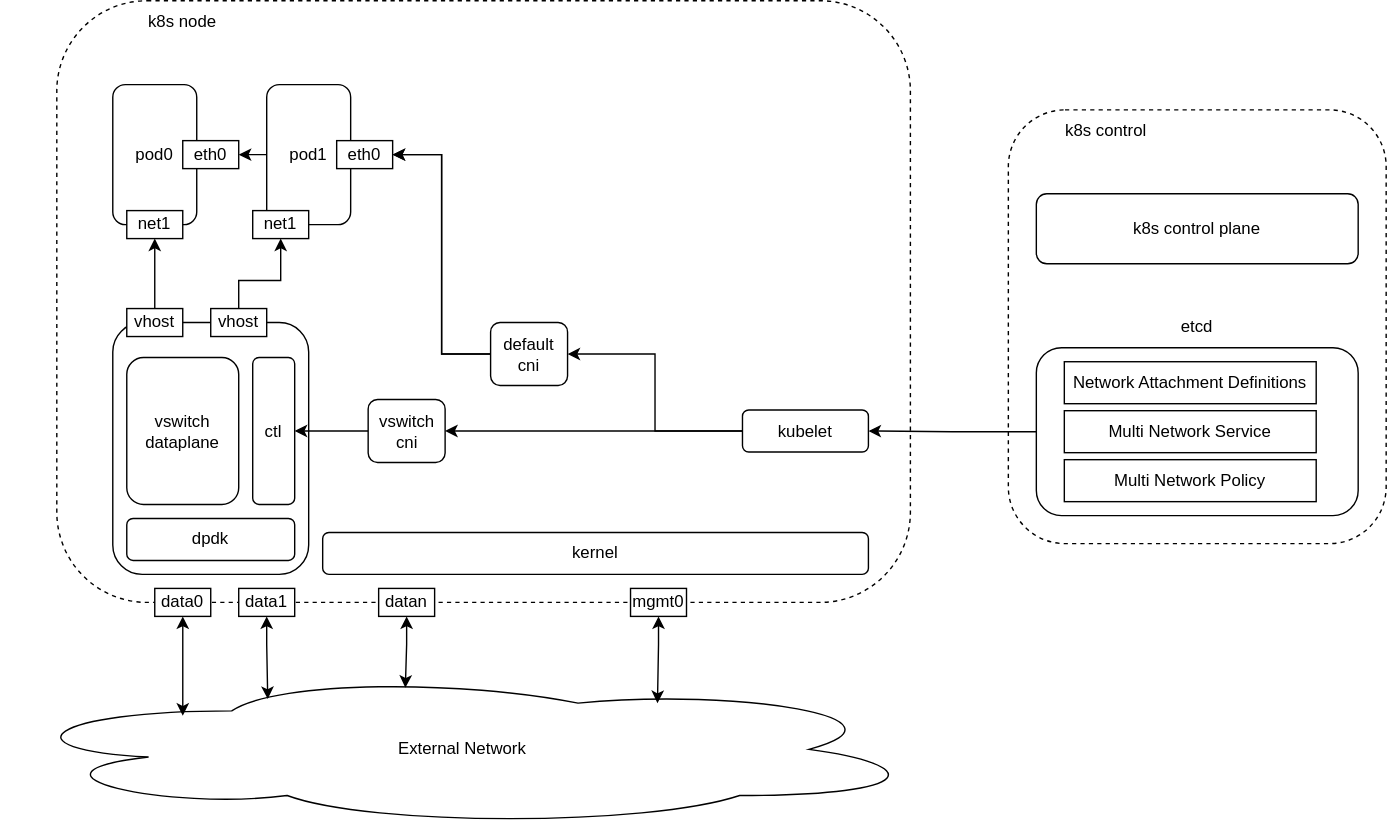
Earlier version of the draw.io export docs/images/vswitch-controller.drawio.svg (sriramy/vswitch). Source tidied: cells renumbered, new cells last; positions are measured from the earlier drawing's top-left corner, leaving out a move shared by most shapes.
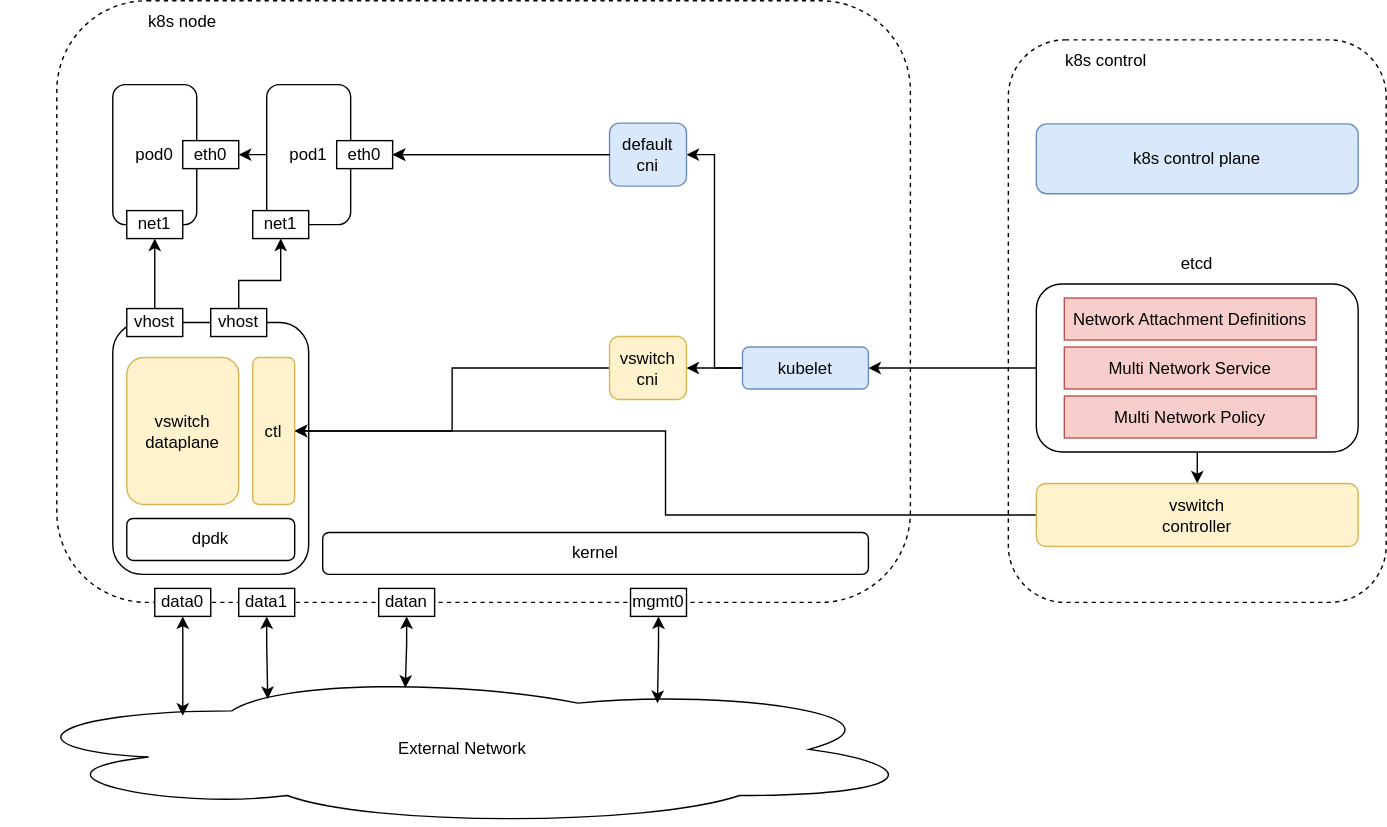
The same diagram one commit later.

Change to the diagram source:
```diff
@@ -6,7 +6,7 @@
       <mxGeometry x="40" width="610" height="430" as="geometry" />
     </mxCell>
     <mxCell id="3" style="rounded=1;whiteSpace=wrap;html=1;dashed=1;" parent="1" vertex="1">
-      <mxGeometry x="720" y="78" width="270" height="310" as="geometry" />
+      <mxGeometry x="720" y="28" width="270" height="402" as="geometry" />
     </mxCell>
     <mxCell id="4" value="External Network" style="ellipse;shape=cloud;whiteSpace=wrap;html=1;" parent="1" vertex="1">
       <mxGeometry y="480" width="660" height="110" as="geometry" />
@@ -32,14 +32,14 @@
     <mxCell id="11" value="dpdk" style="rounded=1;whiteSpace=wrap;html=1;" parent="1" vertex="1">
       <mxGeometry x="90" y="370" width="120" height="30" as="geometry" />
     </mxCell>
-    <mxCell id="12" value="vswitch&lt;br&gt;dataplane" style="rounded=1;whiteSpace=wrap;html=1;" parent="1" vertex="1">
+    <mxCell id="12" value="vswitch&lt;br&gt;dataplane" style="rounded=1;whiteSpace=wrap;html=1;fillColor=#fff2cc;strokeColor=#d6b656;" parent="1" vertex="1">
       <mxGeometry x="90" y="255" width="80" height="105" as="geometry" />
     </mxCell>
     <mxCell id="13" style="edgeStyle=orthogonalEdgeStyle;rounded=0;jettySize=auto;html=1;" parent="1" edge="1" source="14" target="23">
       <mxGeometry relative="1" as="geometry" />
     </mxCell>
-    <mxCell id="14" value="vswitch&lt;br&gt;cni" style="rounded=1;whiteSpace=wrap;html=1;" parent="1" vertex="1">
-      <mxGeometry x="262.5" y="285" width="55" height="45" as="geometry" />
+    <mxCell id="14" value="vswitch&lt;br&gt;cni" style="rounded=1;whiteSpace=wrap;html=1;fillColor=#fff2cc;strokeColor=#d6b656;" parent="1" vertex="1">
+      <mxGeometry x="435" y="240" width="55" height="45" as="geometry" />
     </mxCell>
     <mxCell id="15" style="edgeStyle=orthogonalEdgeStyle;rounded=0;jettySize=auto;html=1;" parent="1" edge="1" source="17" target="14">
       <mxGeometry relative="1" as="geometry" />
@@ -47,25 +47,28 @@
     <mxCell id="16" style="edgeStyle=orthogonalEdgeStyle;rounded=0;jettySize=auto;html=1;entryX=1;entryY=0.5;entryDx=0;entryDy=0;" parent="1" edge="1" source="17" target="31">
       <mxGeometry relative="1" as="geometry" />
     </mxCell>
-    <mxCell id="17" value="kubelet" style="rounded=1;whiteSpace=wrap;html=1;" parent="1" vertex="1">
-      <mxGeometry x="530" y="292.5" width="90" height="30" as="geometry" />
+    <mxCell id="17" value="kubelet" style="rounded=1;whiteSpace=wrap;html=1;fillColor=#dae8fc;strokeColor=#6c8ebf;" parent="1" vertex="1">
+      <mxGeometry x="530" y="247.5" width="90" height="30" as="geometry" />
     </mxCell>
     <mxCell id="18" value="k8s node" style="text;html=1;strokeColor=none;fillColor=none;align=center;verticalAlign=middle;whiteSpace=wrap;rounded=0;" parent="1" vertex="1">
       <mxGeometry x="100" width="60" height="30" as="geometry" />
     </mxCell>
     <mxCell id="19" value="k8s control" style="text;html=1;strokeColor=none;fillColor=none;align=center;verticalAlign=middle;whiteSpace=wrap;rounded=0;" parent="1" vertex="1">
-      <mxGeometry x="755" y="78" width="70" height="30" as="geometry" />
+      <mxGeometry x="755" y="28" width="70" height="30" as="geometry" />
     </mxCell>
-    <mxCell id="20" value="k8s control plane" style="rounded=1;whiteSpace=wrap;html=1;" parent="1" vertex="1">
-      <mxGeometry x="740" y="138" width="230" height="50" as="geometry" />
+    <mxCell id="20" value="k8s control plane" style="rounded=1;whiteSpace=wrap;html=1;fillColor=#dae8fc;strokeColor=#6c8ebf;" parent="1" vertex="1">
+      <mxGeometry x="740" y="88" width="230" height="50" as="geometry" />
     </mxCell>
+    <mxCell id="46" style="edgeStyle=orthogonalEdgeStyle;rounded=0;jettySize=auto;html=1;entryX=0.5;entryY=0;entryDx=0;entryDy=0;" parent="1" edge="1" source="21" target="48">
+      <mxGeometry relative="1" as="geometry" />
+    </mxCell>
     <mxCell id="21" style="rounded=1;whiteSpace=wrap;html=1;" parent="1" vertex="1">
-      <mxGeometry x="740" y="248" width="230" height="120" as="geometry" />
+      <mxGeometry x="740" y="202.5" width="230" height="120" as="geometry" />
     </mxCell>
     <mxCell id="22" value="pod0" style="rounded=1;whiteSpace=wrap;html=1;" parent="1" vertex="1">
       <mxGeometry x="80" y="60" width="60" height="100" as="geometry" />
     </mxCell>
-    <mxCell id="23" value="ctl" style="rounded=1;whiteSpace=wrap;html=1;" parent="1" vertex="1">
+    <mxCell id="23" value="ctl" style="rounded=1;whiteSpace=wrap;html=1;fillColor=#fff2cc;strokeColor=#d6b656;" parent="1" vertex="1">
       <mxGeometry x="180" y="255" width="30" height="105" as="geometry" />
     </mxCell>
     <mxCell id="24" style="edgeStyle=orthogonalEdgeStyle;rounded=0;jettySize=auto;html=1;entryX=0.5;entryY=1;entryDx=0;entryDy=0;" parent="1" edge="1" source="25" target="26">
@@ -94,8 +97,8 @@
     <mxCell id="30" value="pod1" style="rounded=1;whiteSpace=wrap;html=1;" parent="1" vertex="1">
       <mxGeometry x="190" y="60" width="60" height="100" as="geometry" />
     </mxCell>
-    <mxCell id="31" value="default&lt;br&gt;cni" style="rounded=1;whiteSpace=wrap;html=1;" parent="1" vertex="1">
-      <mxGeometry x="350" y="230" width="55" height="45" as="geometry" />
+    <mxCell id="31" value="default&lt;br&gt;cni" style="rounded=1;whiteSpace=wrap;html=1;fillColor=#dae8fc;strokeColor=#6c8ebf;" parent="1" vertex="1">
+      <mxGeometry x="435" y="87.5" width="55" height="45" as="geometry" />
     </mxCell>
     <mxCell id="32" value="net1" style="rounded=0;whiteSpace=wrap;html=1;" parent="1" vertex="1">
       <mxGeometry x="180" y="150" width="40" height="20" as="geometry" />
@@ -113,19 +116,19 @@
       <mxGeometry x="130" y="100" width="40" height="20" as="geometry" />
     </mxCell>
     <mxCell id="37" value="etcd" style="text;html=1;strokeColor=none;fillColor=none;align=center;verticalAlign=middle;whiteSpace=wrap;rounded=0;" parent="1" vertex="1">
-      <mxGeometry x="825" y="218" width="60" height="30" as="geometry" />
+      <mxGeometry x="825" y="172.5" width="60" height="30" as="geometry" />
     </mxCell>
-    <mxCell id="38" value="Multi Network Policy" style="rounded=0;whiteSpace=wrap;html=1;" parent="1" vertex="1">
-      <mxGeometry x="760" y="328" width="180" height="30" as="geometry" />
+    <mxCell id="38" value="Multi Network Policy" style="rounded=0;whiteSpace=wrap;html=1;fillColor=#f8cecc;strokeColor=#b85450;" parent="1" vertex="1">
+      <mxGeometry x="760" y="282.5" width="180" height="30" as="geometry" />
     </mxCell>
     <mxCell id="39" style="edgeStyle=orthogonalEdgeStyle;rounded=0;jettySize=auto;html=1;entryX=1;entryY=0.5;entryDx=0;entryDy=0;exitX=0;exitY=0.5;exitDx=0;exitDy=0;" parent="1" edge="1" source="21" target="17">
       <mxGeometry relative="1" as="geometry" />
     </mxCell>
-    <mxCell id="40" value="Network Attachment Definitions" style="rounded=0;whiteSpace=wrap;html=1;" parent="1" vertex="1">
-      <mxGeometry x="760" y="258" width="180" height="30" as="geometry" />
+    <mxCell id="40" value="Network Attachment Definitions" style="rounded=0;whiteSpace=wrap;html=1;fillColor=#f8cecc;strokeColor=#b85450;" parent="1" vertex="1">
+      <mxGeometry x="760" y="212.5" width="180" height="30" as="geometry" />
     </mxCell>
-    <mxCell id="41" value="Multi Network Service" style="rounded=0;whiteSpace=wrap;html=1;" parent="1" vertex="1">
-      <mxGeometry x="760" y="293" width="180" height="30" as="geometry" />
+    <mxCell id="41" value="Multi Network Service" style="rounded=0;whiteSpace=wrap;html=1;fillColor=#f8cecc;strokeColor=#b85450;" parent="1" vertex="1">
+      <mxGeometry x="760" y="247.5" width="180" height="30" as="geometry" />
     </mxCell>
     <mxCell id="42" style="edgeStyle=orthogonalEdgeStyle;rounded=0;jettySize=auto;html=1;entryX=0.197;entryY=0.282;entryDx=0;entryDy=0;entryPerimeter=0;startArrow=classic;startFill=1;" parent="1" edge="1" source="6" target="4">
       <mxGeometry relative="1" as="geometry" />
@@ -139,5 +142,11 @@
     <mxCell id="45" style="edgeStyle=orthogonalEdgeStyle;rounded=0;jettySize=auto;html=1;entryX=0.711;entryY=0.2;entryDx=0;entryDy=0;entryPerimeter=0;startArrow=classic;startFill=1;" parent="1" edge="1" source="5" target="4">
       <mxGeometry relative="1" as="geometry" />
     </mxCell>
+    <mxCell id="47" style="edgeStyle=orthogonalEdgeStyle;rounded=0;jettySize=auto;html=1;entryX=1;entryY=0.5;entryDx=0;entryDy=0;" parent="1" edge="1" source="48" target="23">
+      <mxGeometry relative="1" as="geometry" />
+    </mxCell>
+    <mxCell id="48" value="vswitch&lt;br&gt;controller" style="rounded=1;whiteSpace=wrap;html=1;fillColor=#fff2cc;strokeColor=#d6b656;" parent="1" vertex="1">
+      <mxGeometry x="740" y="345" width="230" height="45" as="geometry" />
+    </mxCell>
   </root>
 </mxGraphModel>
```
